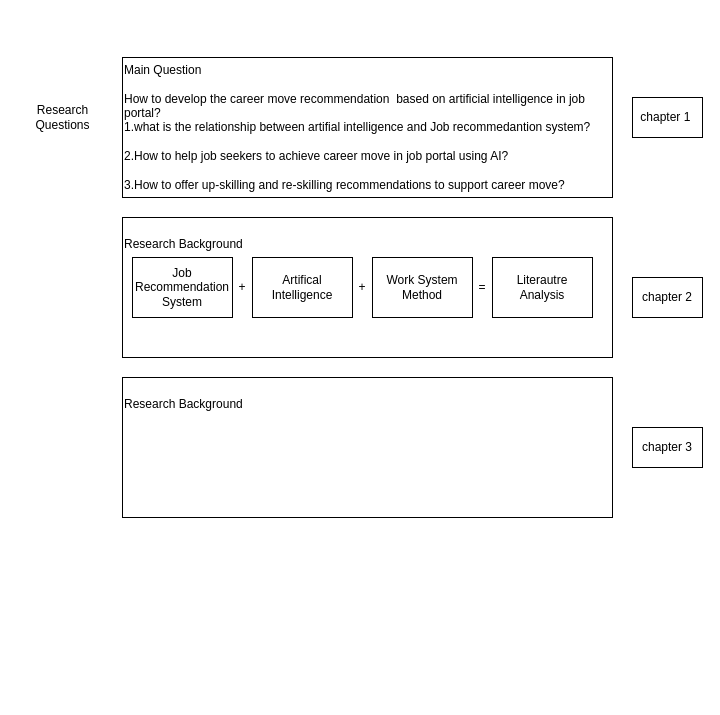
johnzhouz/jrs keeps this draw.io diagram as 0216.drawio. Above is the earlier version. Source tidied: cells renumbered, new cells numbered last; positions are measured from the earlier drawing's top-left corner, leaving out a move shared by most shapes. Both pictures are drawn from the tidied source at 100%, with x=0, y=0 at pixel (22, 57).
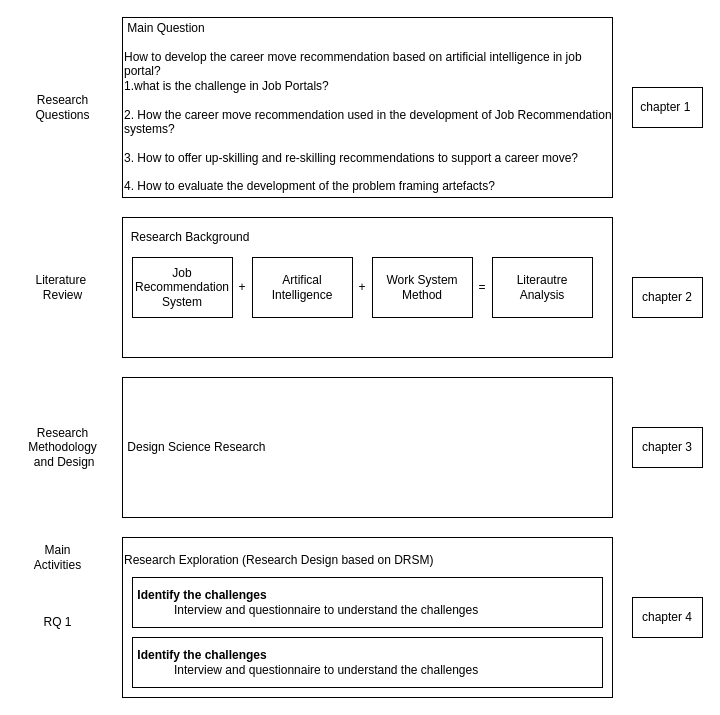
The same page after the edit.

What changed in the source:
```diff
@@
-    <mxCell id="2" value="Main Question&lt;br&gt;&lt;br&gt;How to develop the career move recommendation&amp;nbsp; based on&amp;nbsp;artificial intelligence in job portal?&amp;nbsp;&lt;br&gt;1.what is the relationship between artifial intelligence and Job recommedantion system?&lt;br&gt;&lt;br&gt;2.How to help job seekers to achieve career move in job portal using AI?&lt;br&gt;&lt;br&gt;3.How to offer up-skilling and re-skilling recommendations to support career move?" style="rounded=0;whiteSpace=wrap;html=1;align=left;" parent="1" vertex="1">
-      <mxGeometry x="100" width="490" height="140" as="geometry" />
+    <mxCell id="2" value="&amp;nbsp;Main Question&lt;br&gt;&lt;br&gt;How to develop the career move recommendation based on&amp;nbsp;artificial intelligence in job portal?&amp;nbsp;&lt;br&gt;1.what is the challenge in Job Portals?&lt;br&gt;&lt;br&gt;2. How the career move recommendation used in the development of Job Recommendation systems?&lt;br&gt;&lt;br&gt;3. How to offer up-skilling and re-skilling recommendations to support a career move?&lt;br&gt;&lt;br&gt;4. How to evaluate the development of the problem framing artefacts?" style="rounded=0;whiteSpace=wrap;html=1;align=left;" parent="1" vertex="1">
+      <mxGeometry x="100" y="-40" width="490" height="180" as="geometry" />
     </mxCell>
     <mxCell id="3" value="Research&lt;br&gt;Questions" style="text;html=1;align=center;verticalAlign=middle;strokeColor=none;fillColor=none;" parent="1" vertex="1">
-      <mxGeometry y="40" width="80" height="40" as="geometry" />
+      <mxGeometry y="30" width="80" height="40" as="geometry" />
     </mxCell>
     <mxCell id="4" value="chapter 1&lt;font lang=&quot;zh-CN&quot; translate=&quot;no&quot; class=&quot;notranslate immersive-translate-target-wrapper&quot;&gt;&amp;nbsp;&lt;/font&gt;" style="rounded=0;whiteSpace=wrap;html=1;" parent="1" vertex="1">
-      <mxGeometry x="610" y="40" width="70" height="40" as="geometry" />
+      <mxGeometry x="610" y="30" width="70" height="40" as="geometry" />
     </mxCell>
@@
-    <mxCell id="6" value="Research Background&lt;br&gt;&lt;br&gt;&lt;br&gt;&lt;br&gt;&lt;br&gt;&lt;br&gt;&lt;br&gt;" style="rounded=0;whiteSpace=wrap;html=1;align=left;" parent="1" vertex="1">
+    <mxCell id="6" value="&amp;nbsp; Research Background&lt;br&gt;&lt;br&gt;&lt;br&gt;&lt;br&gt;&lt;br&gt;&lt;br&gt;&lt;br&gt;&lt;div&gt;&lt;br&gt;&lt;/div&gt;" style="rounded=0;whiteSpace=wrap;html=1;align=left;" parent="1" vertex="1">
       <mxGeometry x="100" y="160" width="490" height="140" as="geometry" />
     </mxCell>
@@
-    <mxCell id="15" value="Research Background&lt;br&gt;&lt;br&gt;&lt;br&gt;&lt;br&gt;&lt;br&gt;&lt;br&gt;&lt;br&gt;" style="rounded=0;whiteSpace=wrap;html=1;align=left;" parent="1" vertex="1">
+    <mxCell id="15" value="&amp;nbsp;Design Science Research" style="rounded=0;whiteSpace=wrap;html=1;align=left;" parent="1" vertex="1">
       <mxGeometry x="100" y="320" width="490" height="140" as="geometry" />
     </mxCell>
+    <mxCell id="16" value="Literature&amp;nbsp;&lt;br&gt;Review" style="text;html=1;align=center;verticalAlign=middle;strokeColor=none;fillColor=none;" parent="1" vertex="1">
+      <mxGeometry y="210" width="80" height="40" as="geometry" />
+    </mxCell>
+    <mxCell id="17" value="Research&lt;br&gt;Methodology&lt;br&gt;&amp;nbsp;and Design" style="text;html=1;align=center;verticalAlign=middle;strokeColor=none;fillColor=none;" parent="1" vertex="1">
+      <mxGeometry x="-5" y="360" width="90" height="60" as="geometry" />
+    </mxCell>
+    <mxCell id="18" value="Research Exploration (Research Design based on DRSM)&lt;br&gt;&lt;br&gt;&lt;br&gt;&lt;br&gt;&lt;br&gt;&lt;br&gt;&lt;br&gt;&lt;br&gt;&lt;div&gt;&lt;br/&gt;&lt;/div&gt;" style="rounded=0;whiteSpace=wrap;html=1;align=left;" parent="1" vertex="1">
+      <mxGeometry x="100" y="480" width="490" height="160" as="geometry" />
+    </mxCell>
+    <mxCell id="19" value="&lt;b&gt;&amp;nbsp;Identify the challenges&lt;br&gt;&lt;/b&gt;&lt;div&gt;&amp;nbsp; &amp;nbsp; &amp;nbsp; &amp;nbsp; &amp;nbsp; &amp;nbsp; Interview and questionnaire to understand the challenges&lt;/div&gt;" style="rounded=0;whiteSpace=wrap;html=1;align=left;" parent="1" vertex="1">
+      <mxGeometry x="110" y="520" width="470" height="50" as="geometry" />
+    </mxCell>
+    <mxCell id="20" value="chapter 4" style="rounded=0;whiteSpace=wrap;html=1;" parent="1" vertex="1">
+      <mxGeometry x="610" y="540" width="70" height="40" as="geometry" />
+    </mxCell>
+    <mxCell id="21" value="&lt;b&gt;&amp;nbsp;Identify the challenges&lt;br&gt;&lt;/b&gt;&lt;div&gt;&amp;nbsp; &amp;nbsp; &amp;nbsp; &amp;nbsp; &amp;nbsp; &amp;nbsp; Interview and questionnaire to understand the challenges&lt;/div&gt;" style="rounded=0;whiteSpace=wrap;html=1;align=left;" parent="1" vertex="1">
+      <mxGeometry x="110" y="580" width="470" height="50" as="geometry" />
+    </mxCell>
+    <mxCell id="22" value="Main&lt;br&gt;Activities" style="text;html=1;align=center;verticalAlign=middle;strokeColor=none;fillColor=none;" parent="1" vertex="1">
+      <mxGeometry y="480" width="70" height="40" as="geometry" />
+    </mxCell>
+    <mxCell id="23" value="RQ 1" style="text;html=1;align=center;verticalAlign=middle;strokeColor=none;fillColor=none;" parent="1" vertex="1">
+      <mxGeometry x="10" y="550" width="50" height="30" as="geometry" />
+    </mxCell>
```
